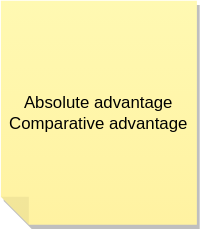
Linglei1226/Data_Science keeps this draw.io diagram as Trade.drawio.svg. Above is the earlier version. Source tidied: cells renumbered, new cells last; positions are measured from the earlier drawing's top-left corner, leaving out a move shared by most shapes.
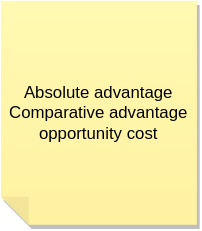
Above is the later version.

The edit, as a diff of the source:
```diff
@@ -2,7 +2,7 @@
   <root>
     <mxCell id="0" />
     <mxCell id="1" parent="0" />
-    <mxCell id="2" value="Absolute advantage&lt;br&gt;Comparative advantage" style="shape=note;whiteSpace=wrap;html=1;backgroundOutline=1;fontColor=#000000;darkOpacity=0.05;fillColor=#FFF9B2;strokeColor=none;fillStyle=solid;direction=west;gradientDirection=north;gradientColor=#FFF2A1;shadow=1;size=20;" parent="1" vertex="1">
+    <mxCell id="2" value="Absolute advantage&lt;br&gt;Comparative advantage&lt;br&gt;opportunity cost" style="shape=note;whiteSpace=wrap;html=1;backgroundOutline=1;fontColor=#000000;darkOpacity=0.05;fillColor=#FFF9B2;strokeColor=none;fillStyle=solid;direction=west;gradientDirection=north;gradientColor=#FFF2A1;shadow=1;size=20;" parent="1" vertex="1">
       <mxGeometry width="140" height="160" as="geometry" />
     </mxCell>
   </root>
```
